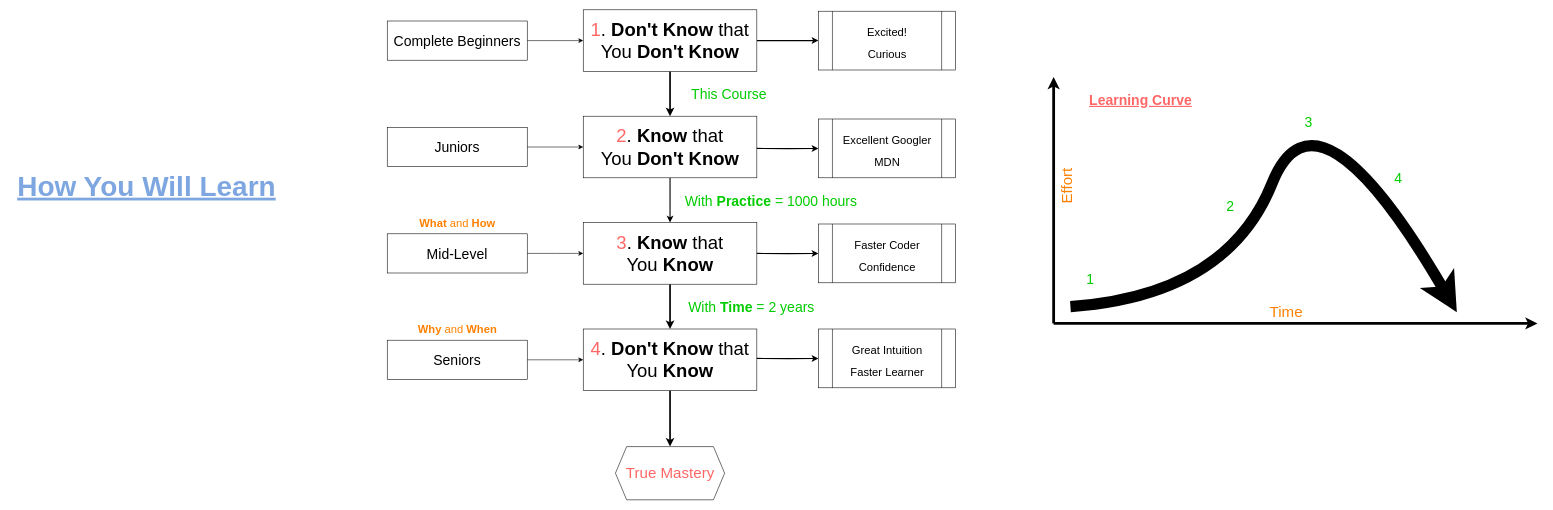
The draw.io diagram page "Pedagogy" (2 of 3) of overview.drawio in 1-11-1/FrontendCourse2021, before the edit. Source tidied: cells renumbered, new cells numbered last; positions are measured from the earlier drawing's top-left corner, leaving out a move shared by most shapes. Both pictures are drawn from the tidied source at 56%, with x=0, y=0 at pixel (12, 10).
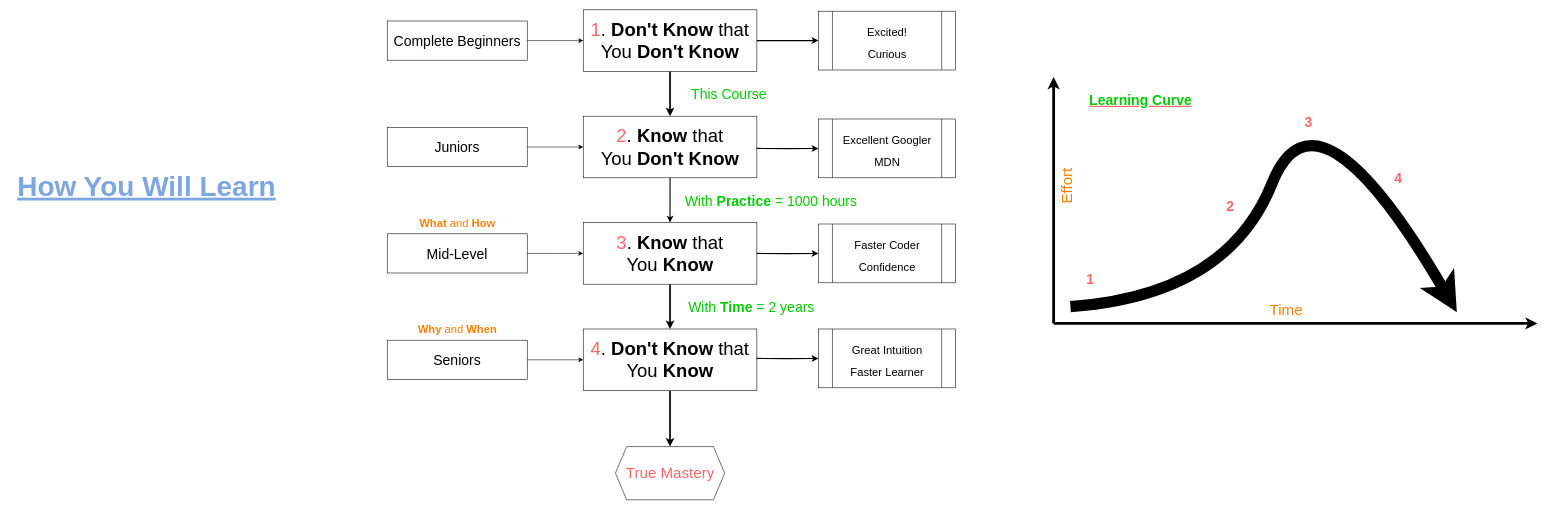
Above is the later version.

Unchanged cells that the change refers to:
```xml
<mxCell id="32" style="group;" parent="31" vertex="1">
  <mxGeometry x="50" width="580" height="460" as="geometry" />
</mxCell>
```

The edit, as a diff of the source:
```diff
@@
-    <mxCell id="34" value="1" style="text;html=1;align=center;verticalAlign=middle;fillColor=none;strokeColor=none;rounded=0;shadow=1;fontSize=25;fontColor=#00CC00;" parent="32" vertex="1">
+    <mxCell id="34" value="&lt;font color=&quot;#ff6666&quot;&gt;&lt;b&gt;1&lt;/b&gt;&lt;/font&gt;" style="text;html=1;align=center;verticalAlign=middle;fillColor=none;strokeColor=none;rounded=0;shadow=1;fontSize=25;fontColor=#00CC00;" parent="32" vertex="1">
       <mxGeometry y="350" width="30" height="40" as="geometry" />
     </mxCell>
-    <mxCell id="35" value="2" style="text;html=1;align=center;verticalAlign=middle;fillColor=none;strokeColor=none;rounded=0;shadow=1;fontSize=25;fontColor=#00CC00;" parent="32" vertex="1">
+    <mxCell id="35" value="&lt;font color=&quot;#ff6666&quot;&gt;&lt;b&gt;2&lt;/b&gt;&lt;/font&gt;" style="text;html=1;align=center;verticalAlign=middle;fillColor=none;strokeColor=none;rounded=0;shadow=1;fontSize=25;fontColor=#00CC00;" parent="32" vertex="1">
       <mxGeometry x="250" y="220" width="30" height="40" as="geometry" />
     </mxCell>
-    <mxCell id="36" value="3" style="text;html=1;align=center;verticalAlign=middle;fillColor=none;strokeColor=none;rounded=0;shadow=1;fontSize=25;fontColor=#00CC00;" parent="32" vertex="1">
+    <mxCell id="36" value="&lt;font color=&quot;#ff6666&quot;&gt;&lt;b&gt;3&lt;/b&gt;&lt;/font&gt;" style="text;html=1;align=center;verticalAlign=middle;fillColor=none;strokeColor=none;rounded=0;shadow=1;fontSize=25;fontColor=#00CC00;" parent="32" vertex="1">
       <mxGeometry x="390" y="70" width="30" height="40" as="geometry" />
     </mxCell>
-    <mxCell id="37" value="4" style="text;html=1;align=center;verticalAlign=middle;fillColor=none;strokeColor=none;rounded=0;shadow=1;fontSize=25;fontColor=#00CC00;" parent="32" vertex="1">
+    <mxCell id="37" value="&lt;font color=&quot;#ff6666&quot;&gt;&lt;b&gt;4&lt;/b&gt;&lt;/font&gt;" style="text;html=1;align=center;verticalAlign=middle;fillColor=none;strokeColor=none;rounded=0;shadow=1;fontSize=25;fontColor=#00CC00;" parent="32" vertex="1">
       <mxGeometry x="550" y="170" width="30" height="40" as="geometry" />
     </mxCell>
-    <mxCell id="38" value="&lt;b&gt;&lt;u&gt;Learning Curve&lt;/u&gt;&lt;/b&gt;" style="text;html=1;align=center;verticalAlign=middle;fillColor=none;strokeColor=none;rounded=0;shadow=1;fontSize=25;fontColor=#FF6666;" parent="32" vertex="1">
+    <mxCell id="38" value="&lt;b&gt;&lt;u&gt;&lt;font color=&quot;#00cc00&quot;&gt;Learning Curve&lt;/font&gt;&lt;/u&gt;&lt;/b&gt;" style="text;html=1;align=center;verticalAlign=middle;fillColor=none;strokeColor=none;rounded=0;shadow=1;fontSize=25;fontColor=#FF6666;" parent="32" vertex="1">
       <mxGeometry x="5" y="30" width="200" height="40" as="geometry" />
     </mxCell>
     <mxCell id="39" value="&lt;font color=&quot;#ff8000&quot;&gt;Time&lt;/font&gt;" style="text;html=1;align=center;verticalAlign=middle;fillColor=none;strokeColor=none;rounded=0;shadow=1;fontSize=27;fontColor=#FF6666;horizontal=1;" parent="32" vertex="1">
-      <mxGeometry x="340" y="400" width="50" height="60" as="geometry" />
+      <mxGeometry x="340" y="397" width="50" height="60" as="geometry" />
     </mxCell>
```
